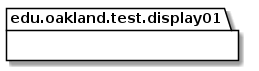
Above: docs/uml-class-diagrams/display01/test/Display01TestPackage.png in andrewdimmer/csi-3370-software-project (PlantUML), before the change. Its diagram source:
```plantuml
@startuml Display01TestPackage

package edu.oakland.test.display01 {

}

@enduml
```
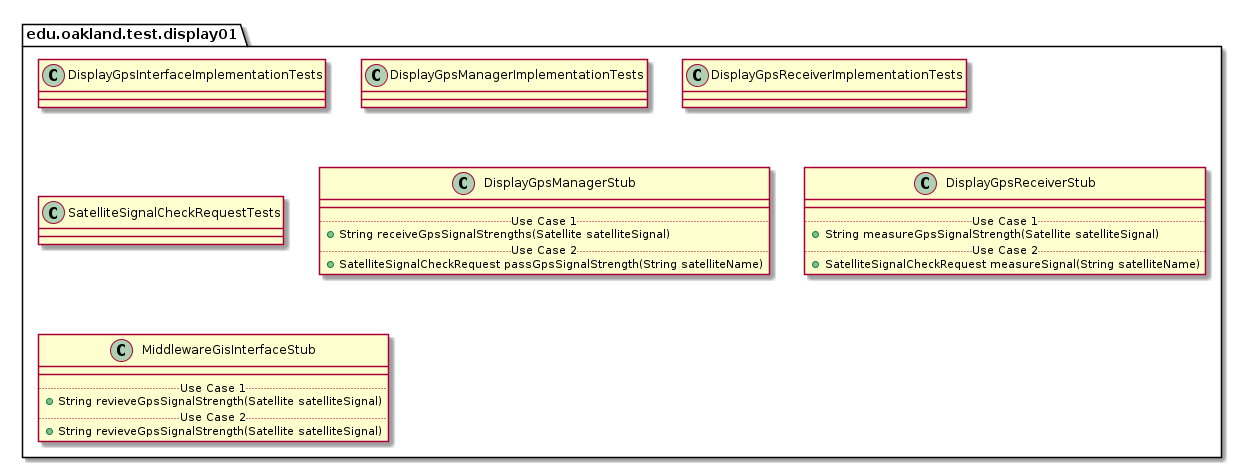
The same file after the commit.

Change to the diagram source:
```diff
@@ -4,4 +4,66 @@
 
 }
 
+
+package edu.oakland.test.display01 {
+    class DisplayGpsInterfaceImplementationTests {
+
+    }
+}
+
+
+package edu.oakland.test.display01 {
+    class DisplayGpsManagerImplementationTests {
+
+    }
+}
+
+
+package edu.oakland.test.display01 {
+    class DisplayGpsReceiverImplementationTests {
+
+    }
+}
+
+
+package edu.oakland.test.display01 {
+    class SatelliteSignalCheckRequestTests {
+
+    }
+}
+
+
+package edu.oakland.test.display01 {
+    class DisplayGpsManagerStub {
+        __
+        .. Use Case 1 ..
+        + String receiveGpsSignalStrengths(Satellite satelliteSignal)
+        .. Use Case 2 ..
+        + SatelliteSignalCheckRequest passGpsSignalStrength(String satelliteName)
+    }
+}
+
+
+package edu.oakland.test.display01 {
+    class DisplayGpsReceiverStub {
+        __
+        .. Use Case 1 ..
+        + String measureGpsSignalStrength(Satellite satelliteSignal)
+        .. Use Case 2 ..
+        + SatelliteSignalCheckRequest measureSignal(String satelliteName)
+    }
+}
+
+
+package edu.oakland.test.display01 {
+    class MiddlewareGisInterfaceStub {
+        __
+        .. Use Case 1 ..
+        + String revieveGpsSignalStrength(Satellite satelliteSignal)
+        .. Use Case 2 ..
+        + String revieveGpsSignalStrength(Satellite satelliteSignal)
+    }
+}
+
+
 @enduml
```
